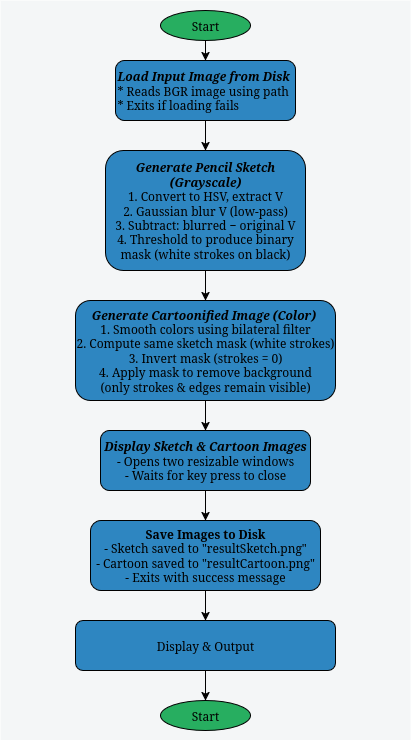
Earlier version of the draw.io export data/sketch_cartoon_diagram.png (sancho11/sketch_and_cartoon). Source tidied: cells renumbered, new cells last; positions are measured from the earlier drawing's top-left corner, leaving out a move shared by most shapes. The source it was exported from:
```xml
<mxGraphModel>
  <root>
    <mxCell id="0" />
    <mxCell id="1" parent="0" />
    <mxCell id="2" style="rounded=0;whiteSpace=wrap;html=1;fillStyle=solid;fillColor=#F4F6F7;strokeColor=none;" parent="1" vertex="1">
      <mxGeometry width="410" height="740" as="geometry" />
    </mxCell>
    <mxCell id="3" value="&lt;div align=&quot;left&quot;&gt;&lt;i&gt;&lt;b&gt;Load Input Image from Disk&lt;/b&gt;&lt;/i&gt;&lt;/div&gt;&lt;div align=&quot;left&quot;&gt;* Reads BGR image using path&lt;/div&gt;&lt;div align=&quot;left&quot;&gt;* Exits if loading fails&lt;/div&gt;" style="rounded=1;whiteSpace=wrap;html=1;fontSize=12;glass=0;strokeWidth=1;shadow=0;fillColor=light-dark(#2E86C1,#EDEDED);fillStyle=solid;align=left;" parent="1" vertex="1">
      <mxGeometry x="115" y="60" width="180" height="60" as="geometry" />
    </mxCell>
    <mxCell id="4" style="edgeStyle=orthogonalEdgeStyle;rounded=0;orthogonalLoop=1;jettySize=auto;html=1;" parent="1" edge="1">
      <mxGeometry relative="1" as="geometry">
        <mxPoint x="205" y="120" as="sourcePoint" />
        <mxPoint x="205" y="150" as="targetPoint" />
      </mxGeometry>
    </mxCell>
    <mxCell id="5" style="edgeStyle=orthogonalEdgeStyle;rounded=0;jettySize=auto;html=1;entryX=0.5;entryY=0;entryDx=0;entryDy=0;" parent="1" edge="1" source="6">
      <mxGeometry relative="1" as="geometry">
        <mxPoint x="205" y="60" as="targetPoint" />
      </mxGeometry>
    </mxCell>
    <mxCell id="6" value="Start" style="ellipse;whiteSpace=wrap;html=1;fillColor=#27AE60;" parent="1" vertex="1">
      <mxGeometry x="160" y="10" width="90" height="30" as="geometry" />
    </mxCell>
    <mxCell id="7" style="edgeStyle=orthogonalEdgeStyle;rounded=0;jettySize=auto;html=1;" parent="1" edge="1" source="8" target="10">
      <mxGeometry relative="1" as="geometry" />
    </mxCell>
    <mxCell id="8" value="&lt;b&gt;&lt;i&gt;Generate Pencil Sketch (Grayscale)&lt;/i&gt;&lt;/b&gt;&lt;br&gt;&lt;div&gt;1. Convert to HSV, extract V&lt;/div&gt;&lt;div&gt;2. Gaussian blur V (low-pass)&lt;/div&gt;&lt;div&gt;3. Subtract: blurred − original V&lt;/div&gt;&lt;div&gt;4. Threshold to produce binary mask (white strokes on black)&lt;/div&gt;" style="rounded=1;whiteSpace=wrap;html=1;fontSize=12;glass=0;strokeWidth=1;shadow=0;fillColor=light-dark(#2E86C1,#EDEDED);fillStyle=solid;" parent="1" vertex="1">
      <mxGeometry x="105" y="150" width="200" height="120" as="geometry" />
    </mxCell>
    <mxCell id="9" style="edgeStyle=orthogonalEdgeStyle;rounded=0;jettySize=auto;html=1;" parent="1" edge="1" source="10" target="12">
      <mxGeometry relative="1" as="geometry" />
    </mxCell>
    <mxCell id="10" value="&lt;div&gt;&lt;b&gt;&lt;i&gt;Generate Cartoonified Image (Color)&amp;nbsp;&lt;/i&gt;&lt;/b&gt;&lt;/div&gt;&lt;div&gt;1. Smooth colors using bilateral filter&lt;/div&gt;&lt;div&gt;2. Compute same sketch mask (white strokes)&lt;/div&gt;&lt;div&gt;3. Invert mask (strokes = 0)&lt;/div&gt;&lt;div&gt;4. Apply mask to remove background&lt;/div&gt;&lt;div&gt;(only strokes &amp;amp; edges remain visible)&lt;/div&gt;" style="rounded=1;whiteSpace=wrap;html=1;fontSize=12;glass=0;strokeWidth=1;shadow=0;fillColor=light-dark(#2E86C1,#EDEDED);fillStyle=solid;" parent="1" vertex="1">
      <mxGeometry x="75" y="300" width="260" height="100" as="geometry" />
    </mxCell>
    <mxCell id="11" style="edgeStyle=orthogonalEdgeStyle;rounded=0;jettySize=auto;html=1;" parent="1" edge="1" source="12" target="14">
      <mxGeometry relative="1" as="geometry" />
    </mxCell>
    <mxCell id="12" value="&lt;div&gt;&lt;i&gt;&lt;b&gt;Display Sketch &amp;amp; Cartoon Images&lt;/b&gt;&lt;/i&gt;&lt;/div&gt;&lt;div&gt;- Opens two resizable windows&lt;/div&gt;&lt;div&gt;- Waits for key press to close&lt;/div&gt;" style="rounded=1;whiteSpace=wrap;html=1;fontSize=12;glass=0;strokeWidth=1;shadow=0;fillColor=light-dark(#2E86C1,#EDEDED);fillStyle=solid;" parent="1" vertex="1">
      <mxGeometry x="100" y="430" width="210" height="60" as="geometry" />
    </mxCell>
    <mxCell id="13" style="edgeStyle=orthogonalEdgeStyle;rounded=0;jettySize=auto;html=1;" parent="1" edge="1" source="14" target="16">
      <mxGeometry relative="1" as="geometry" />
    </mxCell>
    <mxCell id="14" value="&lt;div&gt;&lt;b&gt;Save Images to Disk&lt;/b&gt;&lt;/div&gt;&lt;div&gt;- Sketch saved to &quot;resultSketch.png&quot;&lt;/div&gt;&lt;div&gt;- Cartoon saved to &quot;resultCartoon.png&quot;&lt;/div&gt;&lt;div&gt;- Exits with success message&lt;/div&gt;" style="rounded=1;whiteSpace=wrap;html=1;fontSize=12;glass=0;strokeWidth=1;shadow=0;fillColor=light-dark(#2E86C1,#EDEDED);fillStyle=solid;" parent="1" vertex="1">
      <mxGeometry x="90" y="520" width="230" height="70" as="geometry" />
    </mxCell>
    <mxCell id="15" style="edgeStyle=orthogonalEdgeStyle;rounded=0;jettySize=auto;html=1;entryX=0.5;entryY=0;entryDx=0;entryDy=0;" parent="1" edge="1" source="16" target="17">
      <mxGeometry relative="1" as="geometry" />
    </mxCell>
    <mxCell id="16" value="&lt;div&gt;Display &amp;amp; Output&lt;/div&gt;" style="rounded=1;whiteSpace=wrap;html=1;fontSize=12;glass=0;strokeWidth=1;shadow=0;fillColor=light-dark(#2E86C1,#EDEDED);fillStyle=solid;" parent="1" vertex="1">
      <mxGeometry x="75" y="620" width="260" height="50" as="geometry" />
    </mxCell>
    <mxCell id="17" value="Start" style="ellipse;whiteSpace=wrap;html=1;fillColor=#27AE60;" parent="1" vertex="1">
      <mxGeometry x="160" y="700" width="90" height="30" as="geometry" />
    </mxCell>
  </root>
</mxGraphModel>
```
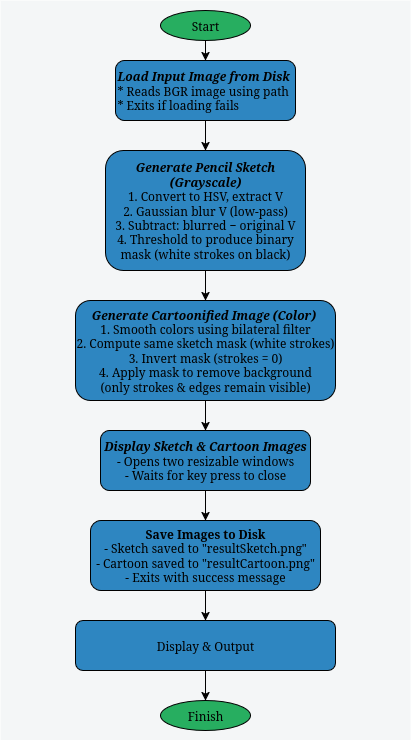
Above is the later version.

Commit message:
Fixed a mistake at the diagram image

Change to the diagram source:
```diff
@@ -52,7 +52,7 @@
     <mxCell id="16" value="&lt;div&gt;Display &amp;amp; Output&lt;/div&gt;" style="rounded=1;whiteSpace=wrap;html=1;fontSize=12;glass=0;strokeWidth=1;shadow=0;fillColor=light-dark(#2E86C1,#EDEDED);fillStyle=solid;" parent="1" vertex="1">
       <mxGeometry x="75" y="620" width="260" height="50" as="geometry" />
     </mxCell>
-    <mxCell id="17" value="Start" style="ellipse;whiteSpace=wrap;html=1;fillColor=#27AE60;" parent="1" vertex="1">
+    <mxCell id="17" value="Finish" style="ellipse;whiteSpace=wrap;html=1;fillColor=#27AE60;" parent="1" vertex="1">
       <mxGeometry x="160" y="700" width="90" height="30" as="geometry" />
     </mxCell>
   </root>
```
